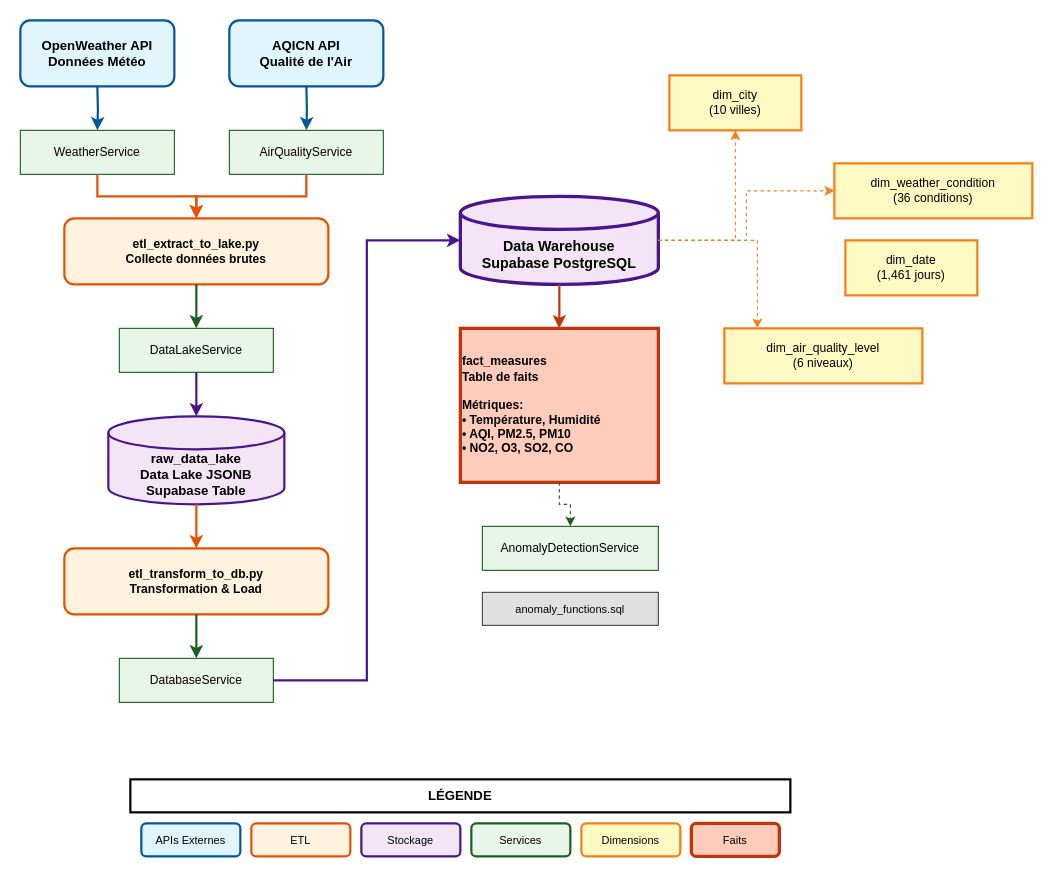
The draw.io diagram docs/architecture.drawio in Bastien-rab35/totalgreen-etl_2, before the edit. Source tidied: cells renumbered, new cells numbered last; positions are measured from the earlier drawing's top-left corner, leaving out a move shared by most shapes. Both pictures are drawn from the tidied source at 110%, with x=0, y=0 at pixel (20, 20).
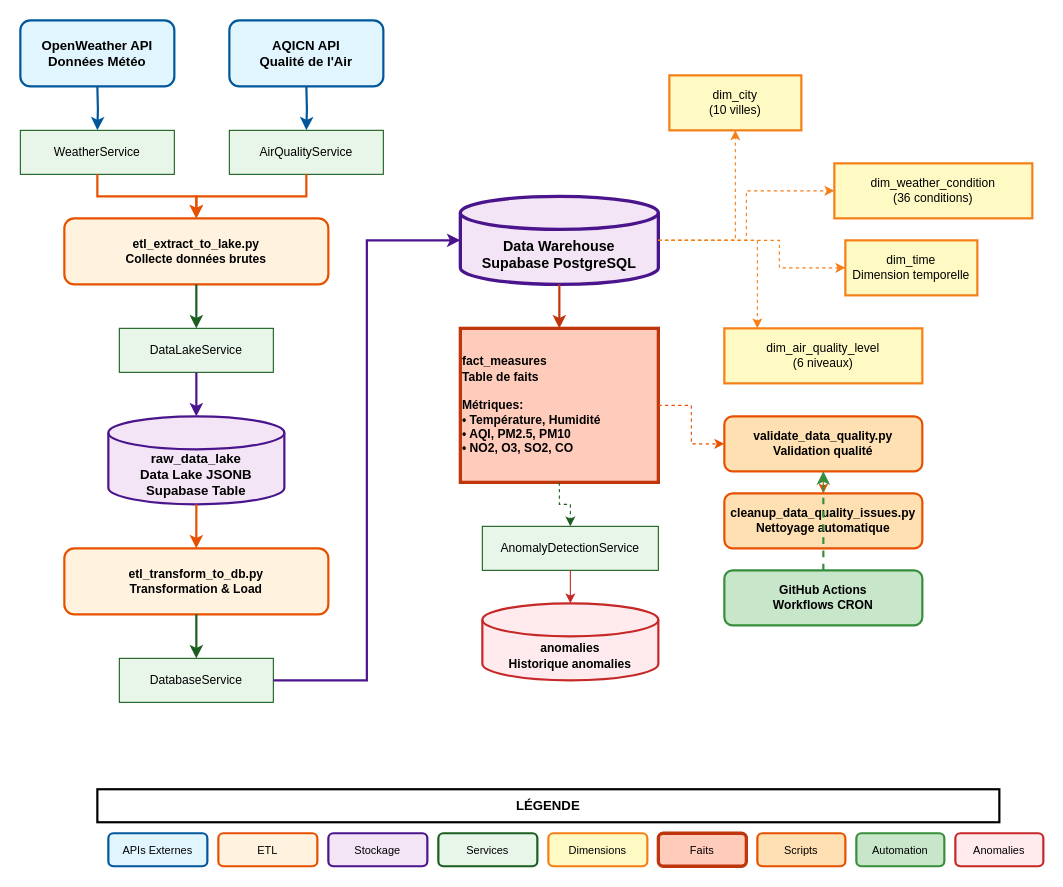
The same diagram, later.

Commit message:
docs: ajout scripts qualité et workflows au schéma architecture

- Ajout validate_data_quality.py (validation qualité)
- Ajout cleanup_data_quality_issues.py (nettoyage auto)
- Ajout GitHub Actions workflows (orchestration CRON)
- Ajout table anomalies (historique des anomalies)
- Mise à jour légende avec nouveaux éléments (Scripts, Automation, Anomalies)
- Connexions visuelles entre fact_measures → validation → cleanup

The change refers to these unchanged cells:
```xml
<mxCell id="11" value="Data Warehouse&#10;Supabase PostgreSQL" style="shape=cylinder3;whiteSpace=wrap;html=1;boundedLbl=1;backgroundOutline=1;size=15;fillColor=#F3E5F5;strokeColor=#4A148C;strokeWidth=3;fontSize=13;fontStyle=1;" parent="1" vertex="1">
  <mxGeometry x="400" y="160" width="180" height="80" as="geometry" />
</mxCell>
<mxCell id="16" value="fact_measures&#10;Table de faits&#10;&#10;Métriques:&#10;• Température, Humidité&#10;• AQI, PM2.5, PM10&#10;• NO2, O3, SO2, CO" style="rounded=0;whiteSpace=wrap;html=1;fillColor=#FFCCBC;strokeColor=#BF360C;strokeWidth=3;fontSize=11;fontStyle=1;align=left;" parent="1" vertex="1">
  <mxGeometry x="400" y="280" width="180" height="140" as="geometry" />
</mxCell>
<mxCell id="17" value="AnomalyDetectionService" style="rounded=0;whiteSpace=wrap;html=1;fillColor=#E8F5E9;strokeColor=#1B5E20;fontSize=11;" parent="1" vertex="1">
  <mxGeometry x="420" y="460" width="160" height="40" as="geometry" />
</mxCell>
```

Change to the diagram source:
```diff
@@
-    <mxCell id="15" value="dim_date&#10;(1,461 jours)" style="rounded=0;whiteSpace=wrap;html=1;fillColor=#FFF9C4;strokeColor=#F57F17;strokeWidth=2;fontSize=11;" parent="1" vertex="1">
-      <mxGeometry x="750" y="200" width="120" height="50" as="geometry" />
-    </mxCell>
+    <mxCell id="41" value="dim_time&#10;Dimension temporelle" style="rounded=0;whiteSpace=wrap;html=1;fillColor=#FFF9C4;strokeColor=#F57F17;strokeWidth=2;fontSize=11;" parent="1" vertex="1">
+      <mxGeometry x="750" y="200" width="120" height="50" as="geometry" />
+    </mxCell>
@@
-    <mxCell id="18" value="anomaly_functions.sql" style="rounded=0;whiteSpace=wrap;html=1;fillColor=#E0E0E0;strokeColor=#424242;fontSize=10;" parent="1" vertex="1">
-      <mxGeometry x="420" y="520" width="160" height="30" as="geometry" />
-    </mxCell>
+    <mxCell id="42" value="validate_data_quality.py&#10;Validation qualité" style="rounded=1;whiteSpace=wrap;html=1;fillColor=#FFE0B2;strokeColor=#E65100;strokeWidth=2;fontSize=11;fontStyle=1;" parent="1" vertex="1">
+      <mxGeometry x="640" y="360" width="180" height="50" as="geometry" />
+    </mxCell>
+    <mxCell id="43" value="cleanup_data_quality_issues.py&#10;Nettoyage automatique" style="rounded=1;whiteSpace=wrap;html=1;fillColor=#FFE0B2;strokeColor=#E65100;strokeWidth=2;fontSize=11;fontStyle=1;" parent="1" vertex="1">
+      <mxGeometry x="640" y="430" width="180" height="50" as="geometry" />
+    </mxCell>
+    <mxCell id="44" value="GitHub Actions&#10;Workflows CRON" style="rounded=1;whiteSpace=wrap;html=1;fillColor=#C8E6C9;strokeColor=#388E3C;strokeWidth=2;fontSize=11;fontStyle=1;" parent="1" vertex="1">
+      <mxGeometry x="640" y="500" width="180" height="50" as="geometry" />
+    </mxCell>
+    <mxCell id="45" value="anomalies&#10;Historique anomalies" style="shape=cylinder3;whiteSpace=wrap;html=1;boundedLbl=1;backgroundOutline=1;size=15;fillColor=#FFEBEE;strokeColor=#C62828;strokeWidth=2;fontSize=11;fontStyle=1;" parent="1" vertex="1">
+      <mxGeometry x="420" y="530" width="160" height="70" as="geometry" />
+    </mxCell>
+    <mxCell id="46" style="edgeStyle=orthogonalEdgeStyle;rounded=0;jettySize=auto;html=1;strokeWidth=1;strokeColor=#E65100;dashed=1;" parent="1" edge="1" source="16" target="42">
+      <mxGeometry relative="1" as="geometry" />
+    </mxCell>
+    <mxCell id="47" style="edgeStyle=orthogonalEdgeStyle;rounded=0;jettySize=auto;html=1;strokeWidth=1;strokeColor=#E65100;" parent="1" edge="1" source="42" target="43">
+      <mxGeometry relative="1" as="geometry" />
+    </mxCell>
+    <mxCell id="48" style="edgeStyle=orthogonalEdgeStyle;rounded=0;jettySize=auto;html=1;strokeWidth=2;strokeColor=#388E3C;dashed=1;" parent="1" edge="1" source="44" target="42">
+      <mxGeometry relative="1" as="geometry" />
+    </mxCell>
+    <mxCell id="49" style="edgeStyle=orthogonalEdgeStyle;rounded=0;jettySize=auto;html=1;strokeWidth=1;strokeColor=#C62828;" parent="1" edge="1" source="17" target="45">
+      <mxGeometry relative="1" as="geometry" />
+    </mxCell>
@@
-    <mxCell id="31" style="edgeStyle=orthogonalEdgeStyle;rounded=0;jettySize=auto;html=1;strokeWidth=1;strokeColor=#F57F17;dashed=1;" parent="1" edge="1" source="11">
+    <mxCell id="31" style="edgeStyle=orthogonalEdgeStyle;rounded=0;jettySize=auto;html=1;strokeWidth=1;strokeColor=#F57F17;dashed=1;" parent="1" edge="1" source="11" target="41">
       <mxGeometry relative="1" as="geometry">
         <Array as="points">
           <mxPoint x="690" y="200" />
           <mxPoint x="690" y="225" />
         </Array>
       </mxGeometry>
     </mxCell>
@@
     <mxCell id="34" value="LÉGENDE" style="rounded=0;whiteSpace=wrap;html=1;fillColor=#FFFFFF;strokeColor=#000000;strokeWidth=2;fontSize=12;fontStyle=1;align=center;" parent="1" vertex="1">
-      <mxGeometry x="100" y="690" width="600" height="30" as="geometry" />
+      <mxGeometry x="70" y="699" width="820" height="30" as="geometry" />
     </mxCell>
     <mxCell id="35" value="APIs Externes" style="rounded=1;whiteSpace=wrap;html=1;fillColor=#E1F5FF;strokeColor=#01579B;strokeWidth=2;fontSize=10;" parent="1" vertex="1">
-      <mxGeometry x="110" y="730" width="90" height="30" as="geometry" />
+      <mxGeometry x="80" y="739" width="90" height="30" as="geometry" />
     </mxCell>
     <mxCell id="36" value="ETL" style="rounded=1;whiteSpace=wrap;html=1;fillColor=#FFF3E0;strokeColor=#E65100;strokeWidth=2;fontSize=10;" parent="1" vertex="1">
-      <mxGeometry x="210" y="730" width="90" height="30" as="geometry" />
+      <mxGeometry x="180" y="739" width="90" height="30" as="geometry" />
     </mxCell>
     <mxCell id="37" value="Stockage" style="rounded=1;whiteSpace=wrap;html=1;fillColor=#F3E5F5;strokeColor=#4A148C;strokeWidth=2;fontSize=10;" parent="1" vertex="1">
-      <mxGeometry x="310" y="730" width="90" height="30" as="geometry" />
+      <mxGeometry x="280" y="739" width="90" height="30" as="geometry" />
     </mxCell>
     <mxCell id="38" value="Services" style="rounded=1;whiteSpace=wrap;html=1;fillColor=#E8F5E9;strokeColor=#1B5E20;strokeWidth=2;fontSize=10;" parent="1" vertex="1">
-      <mxGeometry x="410" y="730" width="90" height="30" as="geometry" />
+      <mxGeometry x="380" y="739" width="90" height="30" as="geometry" />
     </mxCell>
     <mxCell id="39" value="Dimensions" style="rounded=1;whiteSpace=wrap;html=1;fillColor=#FFF9C4;strokeColor=#F57F17;strokeWidth=2;fontSize=10;" parent="1" vertex="1">
-      <mxGeometry x="510" y="730" width="90" height="30" as="geometry" />
+      <mxGeometry x="480" y="739" width="90" height="30" as="geometry" />
     </mxCell>
     <mxCell id="40" value="Faits" style="rounded=1;whiteSpace=wrap;html=1;fillColor=#FFCCBC;strokeColor=#BF360C;strokeWidth=3;fontSize=10;" parent="1" vertex="1">
-      <mxGeometry x="610" y="730" width="80" height="30" as="geometry" />
+      <mxGeometry x="580" y="739" width="80" height="30" as="geometry" />
     </mxCell>
+    <mxCell id="50" value="Scripts" style="rounded=1;whiteSpace=wrap;html=1;fillColor=#FFE0B2;strokeColor=#E65100;strokeWidth=2;fontSize=10;" parent="1" vertex="1">
+      <mxGeometry x="670" y="739" width="80" height="30" as="geometry" />
+    </mxCell>
+    <mxCell id="51" value="Automation" style="rounded=1;whiteSpace=wrap;html=1;fillColor=#C8E6C9;strokeColor=#388E3C;strokeWidth=2;fontSize=10;" parent="1" vertex="1">
+      <mxGeometry x="760" y="739" width="80" height="30" as="geometry" />
+    </mxCell>
+    <mxCell id="52" value="Anomalies" style="rounded=1;whiteSpace=wrap;html=1;fillColor=#FFEBEE;strokeColor=#C62828;strokeWidth=2;fontSize=10;" parent="1" vertex="1">
+      <mxGeometry x="850" y="739" width="80" height="30" as="geometry" />
+    </mxCell>
```
